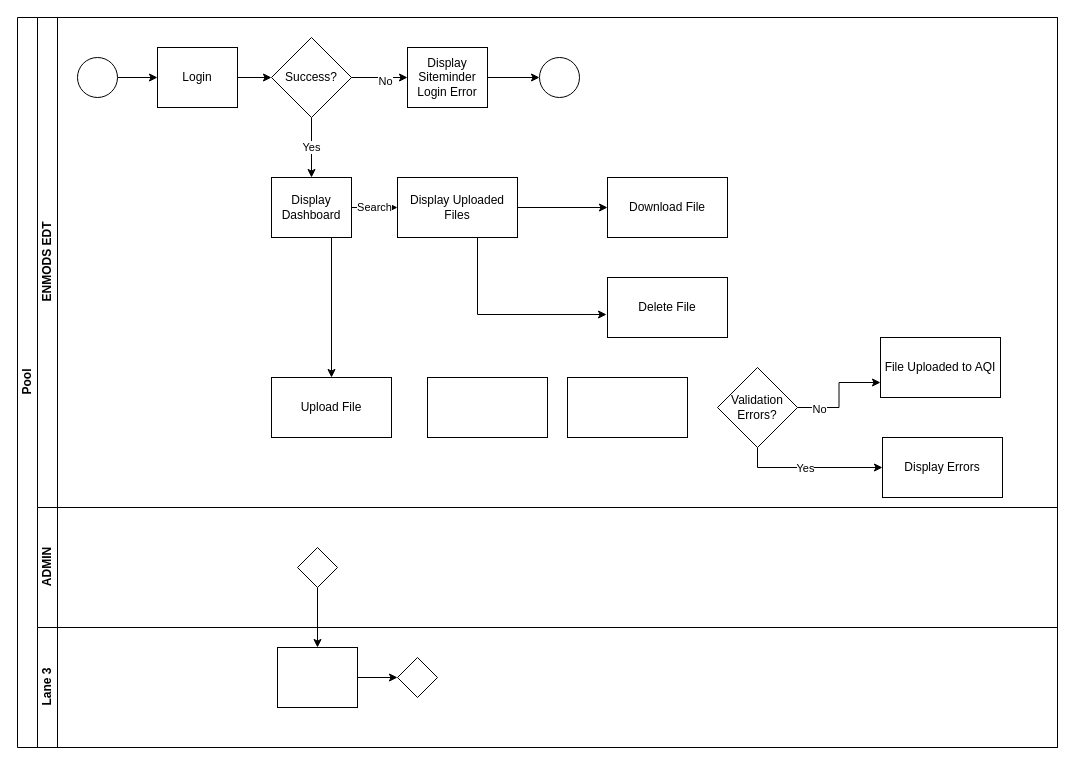
Above: documentation/Untitled Diagram.drawio in bcgov/nr-enmods-dar (draw.io), before the change. Source tidied: cells renumbered, new cells numbered last; positions are measured from the earlier drawing's top-left corner, leaving out a move shared by most shapes. Both pictures are drawn from the tidied source at 100%, with x=0, y=0 at pixel (17, 17).
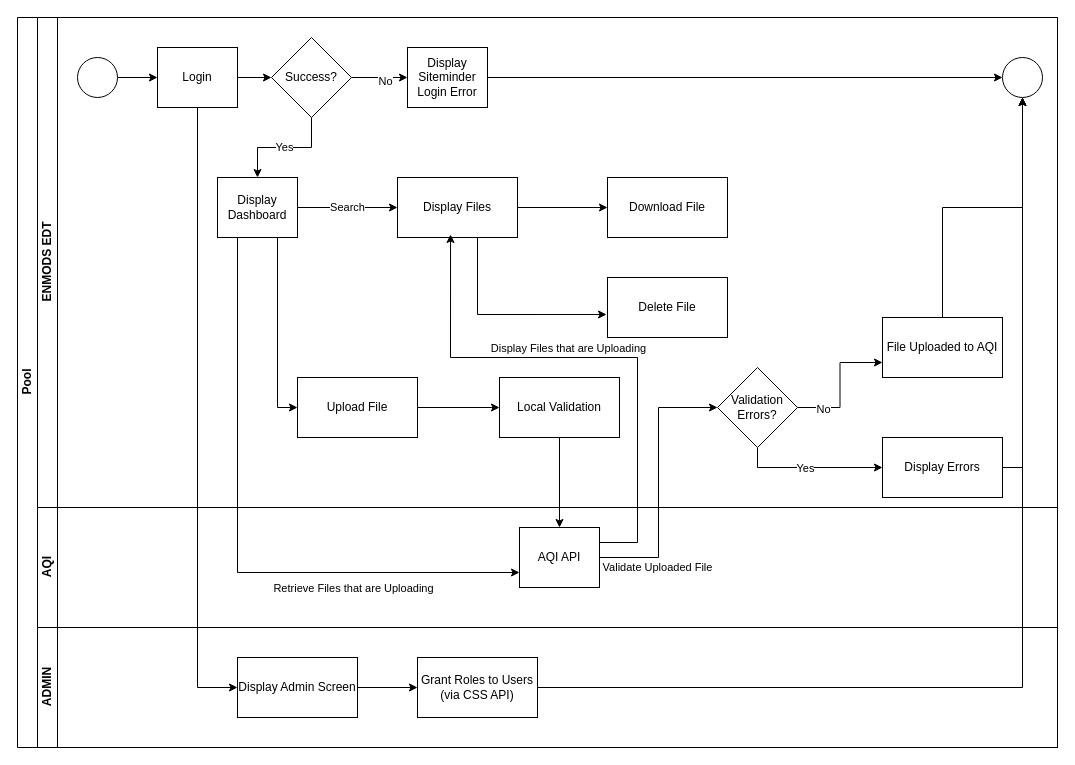
After the change.

The change refers to these unchanged cells:
```xml
<mxCell id="2" value="Pool" style="swimlane;html=1;horizontal=0;startSize=20;" parent="1" vertex="1">
  <mxGeometry width="1040" height="730" as="geometry" />
</mxCell>
<mxCell id="4" value="ENMODS EDT" style="swimlane;html=1;startSize=20;horizontal=0;" parent="2" vertex="1">
  <mxGeometry x="20" width="1020" height="490" as="geometry" />
</mxCell>
<mxCell id="8" value="Login" style="rounded=0;whiteSpace=wrap;html=1;fontFamily=Helvetica;fontSize=12;fontColor=#000000;align=center;" parent="4" vertex="1">
  <mxGeometry x="120" y="30" width="80" height="60" as="geometry" />
</mxCell>
<mxCell id="29" value="Validation Errors?" style="rhombus;whiteSpace=wrap;html=1;" parent="4" vertex="1">
  <mxGeometry x="680" y="350" width="80" height="80" as="geometry" />
</mxCell>
<mxCell id="30" value="Display Errors" style="rounded=0;whiteSpace=wrap;html=1;" parent="4" vertex="1">
  <mxGeometry x="845" y="420" width="120" height="60" as="geometry" />
</mxCell>
```

Diff of the diagram source:
```diff
@@
-    <mxCell id="3" style="edgeStyle=orthogonalEdgeStyle;rounded=0;jettySize=auto;html=1;endArrow=classic;endFill=1;" parent="2" edge="1" source="35" target="38">
-      <mxGeometry relative="1" as="geometry" />
-    </mxCell>
@@
     <mxCell id="11" style="ellipse;whiteSpace=wrap;html=1;" parent="4" vertex="1">
-      <mxGeometry x="502" y="40" width="40" height="40" as="geometry" />
+      <mxGeometry x="965" y="40" width="40" height="40" as="geometry" />
     </mxCell>
@@
-    <mxCell id="17" style="edgeStyle=orthogonalEdgeStyle;rounded=0;jettySize=auto;html=1;exitX=0.75;exitY=1;exitDx=0;exitDy=0;" parent="4" edge="1" source="18" target="24">
+    <mxCell id="17" style="edgeStyle=orthogonalEdgeStyle;rounded=0;jettySize=auto;html=1;exitX=0.75;exitY=1;exitDx=0;exitDy=0;entryX=0;entryY=0.5;entryDx=0;entryDy=0;" parent="4" edge="1" source="18" target="24">
       <mxGeometry relative="1" as="geometry" />
     </mxCell>
     <mxCell id="18" value="Display Dashboard" style="rounded=0;whiteSpace=wrap;html=1;fontFamily=Helvetica;fontSize=12;fontColor=#000000;align=center;" parent="4" vertex="1">
-      <mxGeometry x="234" y="160" width="80" height="60" as="geometry" />
+      <mxGeometry x="180" y="160" width="80" height="60" as="geometry" />
     </mxCell>
@@
-    <mxCell id="20" value="Display Uploaded Files" style="rounded=0;whiteSpace=wrap;html=1;" parent="4" vertex="1">
+    <mxCell id="20" value="Display Files" style="rounded=0;whiteSpace=wrap;html=1;" parent="4" vertex="1">
       <mxGeometry x="360" y="160" width="120" height="60" as="geometry" />
     </mxCell>
@@
+    <mxCell id="40" style="edgeStyle=orthogonalEdgeStyle;rounded=0;jettySize=auto;html=1;" parent="4" edge="1" source="24" target="32">
+      <mxGeometry relative="1" as="geometry" />
+    </mxCell>
     <mxCell id="24" value="Upload File" style="rounded=0;whiteSpace=wrap;html=1;" parent="4" vertex="1">
-      <mxGeometry x="234" y="360" width="120" height="60" as="geometry" />
+      <mxGeometry x="260" y="360" width="120" height="60" as="geometry" />
     </mxCell>
@@
+    <mxCell id="41" style="edgeStyle=orthogonalEdgeStyle;rounded=0;jettySize=auto;html=1;entryX=0.5;entryY=1;entryDx=0;entryDy=0;" parent="4" edge="1" source="30" target="11">
+      <mxGeometry relative="1" as="geometry">
+        <Array as="points">
+          <mxPoint x="985" y="450" />
+        </Array>
+      </mxGeometry>
+    </mxCell>
@@
+    <mxCell id="42" style="edgeStyle=orthogonalEdgeStyle;rounded=0;jettySize=auto;html=1;" parent="4" edge="1" source="31" target="11">
+      <mxGeometry relative="1" as="geometry" />
+    </mxCell>
     <mxCell id="31" value="File Uploaded to AQI" style="rounded=0;whiteSpace=wrap;html=1;" parent="4" vertex="1">
-      <mxGeometry x="843" y="320" width="120" height="60" as="geometry" />
+      <mxGeometry x="845" y="300" width="120" height="60" as="geometry" />
     </mxCell>
-    <mxCell id="32" style="rounded=0;whiteSpace=wrap;html=1;" parent="4" vertex="1">
-      <mxGeometry x="390" y="360" width="120" height="60" as="geometry" />
+    <mxCell id="32" value="Local Validation" style="rounded=0;whiteSpace=wrap;html=1;" parent="4" vertex="1">
+      <mxGeometry x="462" y="360" width="120" height="60" as="geometry" />
     </mxCell>
-    <mxCell id="33" style="rounded=0;whiteSpace=wrap;html=1;" parent="4" vertex="1">
-      <mxGeometry x="530" y="360" width="120" height="60" as="geometry" />
-    </mxCell>
+    <mxCell id="36" value="AQI" style="swimlane;html=1;startSize=20;horizontal=0;" parent="2" vertex="1">
+      <mxGeometry x="20" y="490" width="1020" height="120" as="geometry" />
+    </mxCell>
+    <mxCell id="38" value="AQI API" style="rounded=0;whiteSpace=wrap;html=1;fontFamily=Helvetica;fontSize=12;fontColor=#000000;align=center;" parent="36" vertex="1">
+      <mxGeometry x="482" y="20" width="80" height="60" as="geometry" />
+    </mxCell>
     <mxCell id="34" value="ADMIN" style="swimlane;html=1;startSize=20;horizontal=0;" parent="2" vertex="1">
-      <mxGeometry x="20" y="490" width="1020" height="120" as="geometry" />
+      <mxGeometry x="20" y="610" width="1020" height="120" as="geometry" />
     </mxCell>
-    <mxCell id="35" style="rhombus;whiteSpace=wrap;html=1;fontFamily=Helvetica;fontSize=12;fontColor=#000000;align=center;" parent="34" vertex="1">
-      <mxGeometry x="260" y="40" width="40" height="40" as="geometry" />
-    </mxCell>
-    <mxCell id="36" value="Lane 3" style="swimlane;html=1;startSize=20;horizontal=0;" parent="2" vertex="1">
-      <mxGeometry x="20" y="610" width="1020" height="120" as="geometry" />
-    </mxCell>
-    <mxCell id="37" style="edgeStyle=orthogonalEdgeStyle;rounded=0;jettySize=auto;html=1;endArrow=classic;endFill=1;" parent="36" edge="1" source="38" target="39">
-      <mxGeometry relative="1" as="geometry" />
-    </mxCell>
-    <mxCell id="38" style="rounded=0;whiteSpace=wrap;html=1;fontFamily=Helvetica;fontSize=12;fontColor=#000000;align=center;" parent="36" vertex="1">
-      <mxGeometry x="240" y="20" width="80" height="60" as="geometry" />
-    </mxCell>
-    <mxCell id="39" style="rhombus;whiteSpace=wrap;html=1;fontFamily=Helvetica;fontSize=12;fontColor=#000000;align=center;" parent="36" vertex="1">
-      <mxGeometry x="360" y="30" width="40" height="40" as="geometry" />
-    </mxCell>
+    <mxCell id="43" style="edgeStyle=orthogonalEdgeStyle;rounded=0;jettySize=auto;html=1;entryX=0;entryY=0.5;entryDx=0;entryDy=0;" parent="34" edge="1" source="44" target="45">
+      <mxGeometry relative="1" as="geometry" />
+    </mxCell>
+    <mxCell id="44" value="Display Admin Screen" style="rounded=0;whiteSpace=wrap;html=1;" parent="34" vertex="1">
+      <mxGeometry x="200" y="30" width="120" height="60" as="geometry" />
+    </mxCell>
+    <mxCell id="45" value="Grant Roles to Users (via CSS API)" style="rounded=0;whiteSpace=wrap;html=1;" parent="34" vertex="1">
+      <mxGeometry x="380" y="30" width="120" height="60" as="geometry" />
+    </mxCell>
+    <mxCell id="46" style="edgeStyle=orthogonalEdgeStyle;rounded=0;jettySize=auto;html=1;exitX=0.25;exitY=1;exitDx=0;exitDy=0;entryX=0;entryY=0.75;entryDx=0;entryDy=0;" parent="2" edge="1" source="18" target="38">
+      <mxGeometry relative="1" as="geometry" />
+    </mxCell>
+    <mxCell id="47" value="Retrieve Files that are Uploading" style="edgeLabel;html=1;align=center;verticalAlign=middle;" parent="46" vertex="1">
+      <mxGeometry x="0.44" y="2" relative="1" as="geometry">
+        <mxPoint x="6" y="17" as="offset" />
+      </mxGeometry>
+    </mxCell>
+    <mxCell id="48" value="Validate Uploaded File" style="edgeStyle=orthogonalEdgeStyle;rounded=0;jettySize=auto;html=1;entryX=0;entryY=0.5;entryDx=0;entryDy=0;" parent="2" edge="1" source="38" target="29">
+      <mxGeometry x="-0.57" y="-10" relative="1" as="geometry" />
+    </mxCell>
+    <mxCell id="49" style="edgeStyle=orthogonalEdgeStyle;rounded=0;jettySize=auto;html=1;" parent="2" edge="1" source="32" target="38">
+      <mxGeometry relative="1" as="geometry" />
+    </mxCell>
+    <mxCell id="50" style="edgeStyle=orthogonalEdgeStyle;rounded=0;jettySize=auto;html=1;exitX=1;exitY=0.25;exitDx=0;exitDy=0;entryX=0.442;entryY=0.95;entryDx=0;entryDy=0;entryPerimeter=0;" parent="2" edge="1" source="38" target="20">
+      <mxGeometry relative="1" as="geometry">
+        <Array as="points">
+          <mxPoint x="620" y="525" />
+          <mxPoint x="620" y="340" />
+          <mxPoint x="433" y="340" />
+        </Array>
+      </mxGeometry>
+    </mxCell>
+    <mxCell id="51" value="Display Files that are Uploading" style="edgeLabel;html=1;align=center;verticalAlign=middle;" parent="50" vertex="1">
+      <mxGeometry x="0.1" y="2" relative="1" as="geometry">
+        <mxPoint y="-12" as="offset" />
+      </mxGeometry>
+    </mxCell>
+    <mxCell id="52" style="edgeStyle=orthogonalEdgeStyle;rounded=0;jettySize=auto;html=1;entryX=0;entryY=0.5;entryDx=0;entryDy=0;" parent="2" edge="1" source="8" target="44">
+      <mxGeometry relative="1" as="geometry" />
+    </mxCell>
+    <mxCell id="53" style="edgeStyle=orthogonalEdgeStyle;rounded=0;jettySize=auto;html=1;entryX=0.5;entryY=1;entryDx=0;entryDy=0;" parent="2" edge="1" source="45" target="11">
+      <mxGeometry relative="1" as="geometry" />
+    </mxCell>
```
